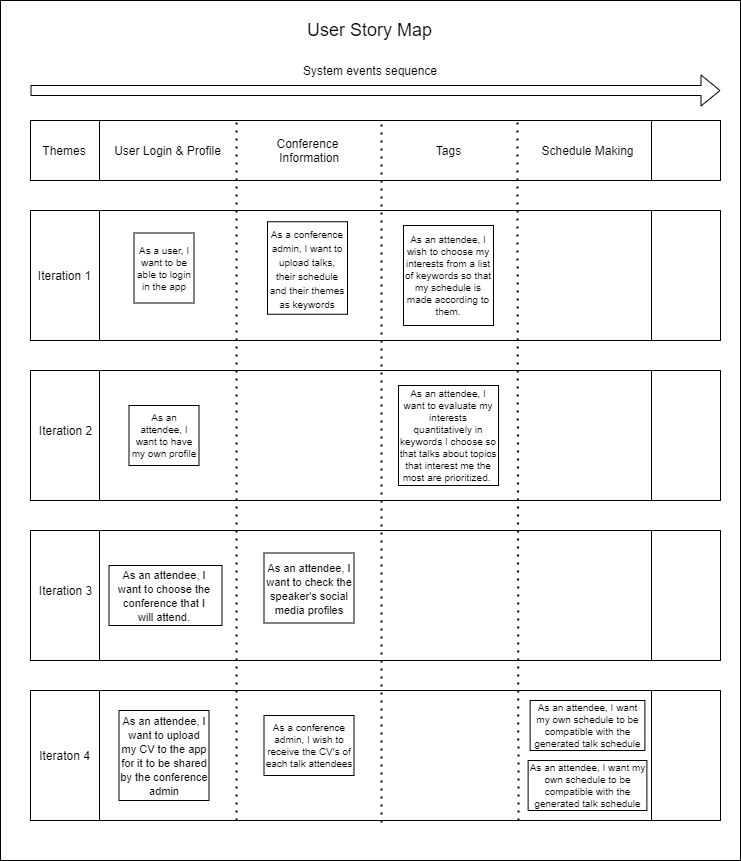
Before: user_story_map.png, a diagram exported from draw.io (claramoreirag/FEUP-ESOF). Source tidied: cells renumbered, new cells last; positions are measured from the earlier drawing's top-left corner, leaving out a move shared by most shapes. Source of this version:
```xml
<mxGraphModel>
  <root>
    <mxCell id="0" />
    <mxCell id="1" parent="0" />
    <mxCell id="2" style="rounded=0;whiteSpace=wrap;html=1;" parent="1" vertex="1">
      <mxGeometry x="247" y="555" width="123" height="65" as="geometry" />
    </mxCell>
    <mxCell id="3" style="rounded=0;whiteSpace=wrap;html=1;" parent="1" vertex="1">
      <mxGeometry width="740" height="860" as="geometry" />
    </mxCell>
    <mxCell id="4" style="shape=flexArrow;endArrow=classic;html=1;" parent="1" edge="1">
      <mxGeometry relative="1" as="geometry">
        <mxPoint x="30" y="90" as="sourcePoint" />
        <mxPoint x="720" y="90" as="targetPoint" />
      </mxGeometry>
    </mxCell>
    <mxCell id="5" style="shape=process;whiteSpace=wrap;html=1;backgroundOutline=1;" parent="1" vertex="1">
      <mxGeometry x="30" y="120" width="690" height="60" as="geometry" />
    </mxCell>
    <mxCell id="6" style="shape=process;whiteSpace=wrap;html=1;backgroundOutline=1;" parent="1" vertex="1">
      <mxGeometry x="30" y="210" width="690" height="130" as="geometry" />
    </mxCell>
    <mxCell id="7" style="shape=process;whiteSpace=wrap;html=1;backgroundOutline=1;" parent="1" vertex="1">
      <mxGeometry x="30" y="370" width="690" height="130" as="geometry" />
    </mxCell>
    <mxCell id="8" style="shape=process;whiteSpace=wrap;html=1;backgroundOutline=1;" parent="1" vertex="1">
      <mxGeometry x="30" y="530" width="690" height="130" as="geometry" />
    </mxCell>
    <mxCell id="9" style="shape=process;whiteSpace=wrap;html=1;backgroundOutline=1;" parent="1" vertex="1">
      <mxGeometry x="30" y="690" width="690" height="130" as="geometry" />
    </mxCell>
    <mxCell id="10" style="endArrow=none;dashed=1;html=1;dashPattern=1 3;strokeWidth=2;entryX=0.3;entryY=-0.007;entryDx=0;entryDy=0;entryPerimeter=0;" parent="1" edge="1">
      <mxGeometry relative="1" as="geometry">
        <mxPoint x="236" y="820" as="sourcePoint" />
        <mxPoint x="236" y="119.6" as="targetPoint" />
      </mxGeometry>
    </mxCell>
    <mxCell id="11" style="endArrow=none;dashed=1;html=1;dashPattern=1 3;strokeWidth=2;" parent="1" edge="1">
      <mxGeometry relative="1" as="geometry">
        <mxPoint x="381" y="822" as="sourcePoint" />
        <mxPoint x="381" y="122" as="targetPoint" />
      </mxGeometry>
    </mxCell>
    <mxCell id="12" style="endArrow=none;dashed=1;html=1;dashPattern=1 3;strokeWidth=2;entryX=0.739;entryY=0.003;entryDx=0;entryDy=0;entryPerimeter=0;" parent="1" edge="1">
      <mxGeometry relative="1" as="geometry">
        <mxPoint x="518" y="820" as="sourcePoint" />
        <mxPoint x="516.9" y="120.2" as="targetPoint" />
      </mxGeometry>
    </mxCell>
    <mxCell id="13" value="&lt;span style=&quot;font-size: 10px;&quot;&gt;As a user, I want to be able to login in the app&lt;/span&gt;" style="rounded=0;whiteSpace=wrap;html=1;fontSize=10;" parent="1" vertex="1">
      <mxGeometry x="133.5" y="232.5" width="60" height="70" as="geometry" />
    </mxCell>
    <mxCell id="14" value="Themes" style="text;html=1;strokeColor=none;fillColor=none;align=center;verticalAlign=middle;whiteSpace=wrap;rounded=0;" parent="1" vertex="1">
      <mxGeometry x="44" y="140" width="40" height="20" as="geometry" />
    </mxCell>
    <mxCell id="15" value="System events sequence" style="text;html=1;strokeColor=none;fillColor=none;align=center;verticalAlign=middle;whiteSpace=wrap;rounded=0;" parent="1" vertex="1">
      <mxGeometry x="290" y="60" width="160" height="20" as="geometry" />
    </mxCell>
    <mxCell id="16" value="&lt;font style=&quot;font-size: 18px&quot;&gt;User Story Map&lt;/font&gt;" style="text;html=1;strokeColor=none;fillColor=none;align=center;verticalAlign=middle;whiteSpace=wrap;rounded=0;" parent="1" vertex="1">
      <mxGeometry x="262" y="20" width="215" height="20" as="geometry" />
    </mxCell>
    <mxCell id="17" value="Iteration 1" style="text;html=1;align=center;verticalAlign=middle;" parent="1" vertex="1">
      <mxGeometry x="29" y="265" width="70" height="20" as="geometry" />
    </mxCell>
    <mxCell id="18" value="Iteration 2" style="text;html=1;align=center;verticalAlign=middle;" parent="1" vertex="1">
      <mxGeometry x="30" y="420" width="70" height="20" as="geometry" />
    </mxCell>
    <mxCell id="19" value="Iteration 3" style="text;html=1;align=center;verticalAlign=middle;" parent="1" vertex="1">
      <mxGeometry x="30" y="580" width="70" height="20" as="geometry" />
    </mxCell>
    <mxCell id="20" value="Iteraton 4" style="text;html=1;align=center;verticalAlign=middle;" parent="1" vertex="1">
      <mxGeometry x="29" y="745" width="70" height="20" as="geometry" />
    </mxCell>
    <mxCell id="21" value="&lt;font style=&quot;font-size: 10px&quot;&gt;As a conference admin, I want to upload talks, their schedule and their themes as keywords&lt;/font&gt;" style="rounded=0;whiteSpace=wrap;html=1;align=center;" parent="1" vertex="1">
      <mxGeometry x="267" y="221.2" width="80" height="92.5" as="geometry" />
    </mxCell>
    <mxCell id="22" value="User Login &amp;amp; Profile" style="text;html=1;align=center;verticalAlign=middle;" parent="1" vertex="1">
      <mxGeometry x="107" y="140" width="120" height="20" as="geometry" />
    </mxCell>
    <mxCell id="23" value="Conference&lt;br&gt;&amp;nbsp;Information" style="text;html=1;align=center;verticalAlign=middle;" parent="1" vertex="1">
      <mxGeometry x="267" y="135" width="80" height="30" as="geometry" />
    </mxCell>
    <mxCell id="24" value="Schedule Making" style="text;html=1;align=center;verticalAlign=middle;" parent="1" vertex="1">
      <mxGeometry x="532" y="140" width="110" height="20" as="geometry" />
    </mxCell>
    <mxCell id="25" value="Tags" style="text;html=1;align=center;verticalAlign=middle;" parent="1" vertex="1">
      <mxGeometry x="428" y="140" width="40" height="20" as="geometry" />
    </mxCell>
    <mxCell id="26" value="As an attendee, I wish to choose my interests from a list of keywords so that my schedule is made according to them." style="rounded=0;whiteSpace=wrap;html=1;fontSize=10;align=center;" parent="1" vertex="1">
      <mxGeometry x="403" y="225" width="90" height="100" as="geometry" />
    </mxCell>
    <mxCell id="27" value="As an attendee, I want to evaluate my interests quantitatively in keywords I choose so that talks about topics that interest me the most are prioritized.&amp;nbsp;" style="rounded=0;whiteSpace=wrap;html=1;fontSize=10;align=center;" parent="1" vertex="1">
      <mxGeometry x="398" y="385" width="100" height="100" as="geometry" />
    </mxCell>
    <mxCell id="28" value="As an attendee, I want to have my own profile" style="rounded=0;whiteSpace=wrap;html=1;fontSize=10;align=center;" parent="1" vertex="1">
      <mxGeometry x="128.5" y="405" width="70" height="60" as="geometry" />
    </mxCell>
    <mxCell id="29" value="As an attendee, I want my own schedule to be compatible with the generated talk schedule" style="rounded=0;whiteSpace=wrap;html=1;fontSize=10;align=center;" parent="1" vertex="1">
      <mxGeometry x="527.6" y="760" width="118.8" height="50" as="geometry" />
    </mxCell>
    <mxCell id="30" value="As an attendee, I want my own schedule to be compatible with the generated talk schedule" style="rounded=0;whiteSpace=wrap;html=1;fontSize=10;align=center;" parent="1" vertex="1">
      <mxGeometry x="529.6" y="700" width="114.8" height="50" as="geometry" />
    </mxCell>
    <mxCell id="31" style="rounded=0;whiteSpace=wrap;html=1;" parent="1" vertex="1">
      <mxGeometry x="108.5" y="565" width="113" height="60" as="geometry" />
    </mxCell>
    <mxCell id="32" value="&lt;font style=&quot;font-size: 11px&quot;&gt;As an attendee, I want to choose the conference that I will attend.&lt;/font&gt;" style="text;html=1;strokeColor=none;fillColor=none;align=center;verticalAlign=middle;whiteSpace=wrap;rounded=0;" parent="1" vertex="1">
      <mxGeometry x="114.5" y="565" width="98" height="60" as="geometry" />
    </mxCell>
    <mxCell id="33" value="&lt;font style=&quot;font-size: 11px&quot;&gt;As an attendee, I want to check the speaker's social media profiles&lt;/font&gt;" style="text;html=1;fillColor=none;align=center;verticalAlign=middle;whiteSpace=wrap;rounded=0;strokeColor=#000000;" parent="1" vertex="1">
      <mxGeometry x="263.5" y="552.5" width="90" height="70" as="geometry" />
    </mxCell>
    <mxCell id="34" value="As a conference admin, I wish to receive the CV's of each talk attendees" style="rounded=0;whiteSpace=wrap;html=1;strokeColor=#000000;fontSize=10;align=center;" parent="1" vertex="1">
      <mxGeometry x="263.5" y="715" width="90" height="60" as="geometry" />
    </mxCell>
    <mxCell id="35" value="&lt;font style=&quot;font-size: 11px&quot;&gt;As an attendee, I want to upload my CV to the app for it to be shared by the conference admin&lt;/font&gt;" style="text;html=1;fillColor=none;align=center;verticalAlign=middle;whiteSpace=wrap;rounded=0;strokeColor=#000000;" parent="1" vertex="1">
      <mxGeometry x="118.5" y="710" width="90" height="90" as="geometry" />
    </mxCell>
  </root>
</mxGraphModel>
```
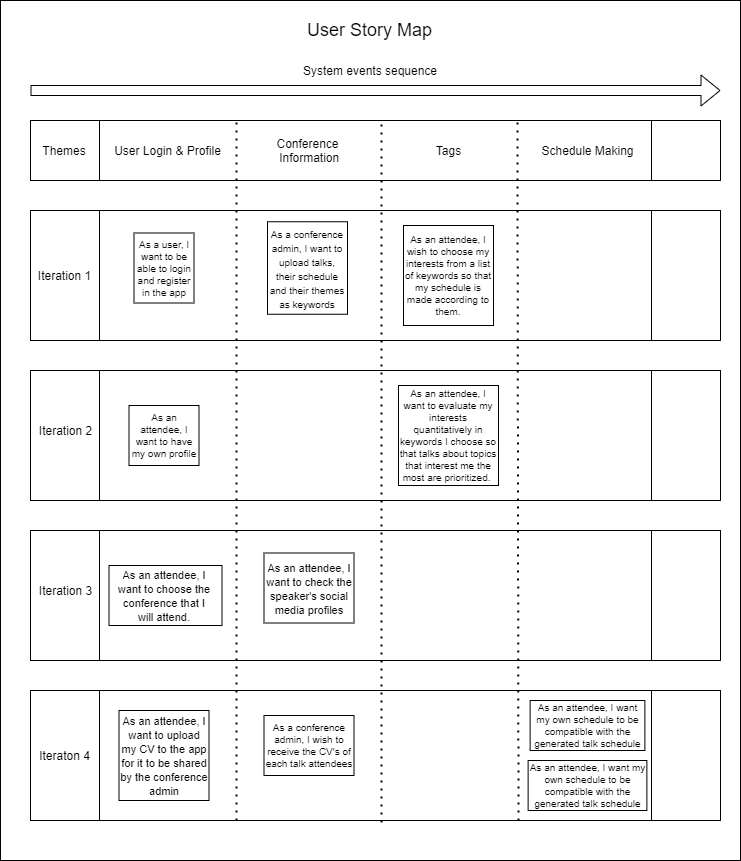
The same diagram one commit later.

The edit, as a diff of the source:
```diff
@@ -47,7 +47,7 @@
         <mxPoint x="516.9" y="120.2" as="targetPoint" />
       </mxGeometry>
     </mxCell>
-    <mxCell id="13" value="&lt;span style=&quot;font-size: 10px;&quot;&gt;As a user, I want to be able to login in the app&lt;/span&gt;" style="rounded=0;whiteSpace=wrap;html=1;fontSize=10;" parent="1" vertex="1">
+    <mxCell id="13" value="&lt;span style=&quot;font-size: 10px&quot;&gt;As a user, I want to be able to login and register in the app&lt;/span&gt;" style="rounded=0;whiteSpace=wrap;html=1;fontSize=10;" parent="1" vertex="1">
       <mxGeometry x="133.5" y="232.5" width="60" height="70" as="geometry" />
     </mxCell>
     <mxCell id="14" value="Themes" style="text;html=1;strokeColor=none;fillColor=none;align=center;verticalAlign=middle;whiteSpace=wrap;rounded=0;" parent="1" vertex="1">
```
